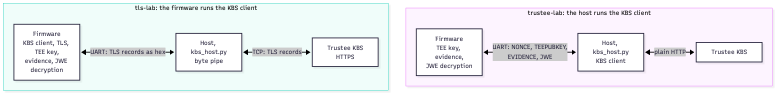
The Mermaid diagram assets/diagrams/client-move.png in bpradipt/blogs, before a commit. Its source is kept beside it as assets/diagrams/client-move.mmd. The source it was exported from:
```mermaid
flowchart TB
    subgraph old ["trustee-lab: the host runs the KBS client"]
        direction LR
        fw1["Firmware<br/>TEE key, evidence,<br/>JWE decryption"] <-->|"UART: NONCE, TEEPUBKEY,<br/>EVIDENCE, JWE"| h1["Host, kbs_host.py<br/>KBS client"]
        h1 <-->|"plain HTTP"| k1["Trustee KBS"]
    end
    subgraph new ["tls-lab: the firmware runs the KBS client"]
        direction LR
        fw2["Firmware<br/>KBS client, TLS, TEE key,<br/>evidence, JWE decryption"] <-->|"UART: TLS records as hex"| h2["Host, kbs_host.py<br/>byte pipe"]
        h2 <-->|"TCP: TLS records"| k2["Trustee KBS<br/>HTTPS"]
    end
```
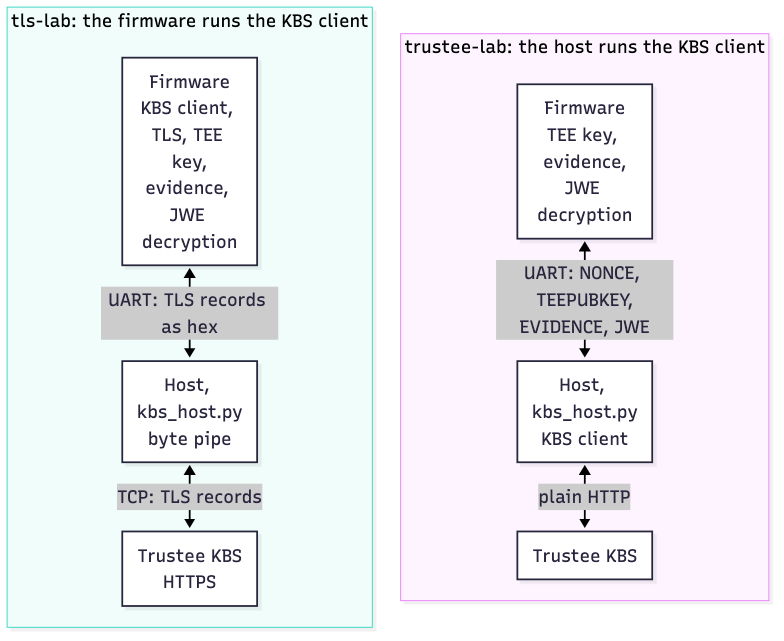
Above is the later version.

Commit message:
Enlarge TLS client-move diagram

Change to the diagram source:
```diff
@@ -1,11 +1,16 @@
+%%{init: {"themeVariables": {"fontSize": "20px"}}}%%
 flowchart TB
     subgraph old ["trustee-lab: the host runs the KBS client"]
-        direction LR
-        fw1["Firmware<br/>TEE key, evidence,<br/>JWE decryption"] <-->|"UART: NONCE, TEEPUBKEY,<br/>EVIDENCE, JWE"| h1["Host, kbs_host.py<br/>KBS client"]
-        h1 <-->|"plain HTTP"| k1["Trustee KBS"]
+        fw1["Firmware<br/>TEE key, evidence,<br/>JWE decryption"]
+        h1["Host, kbs_host.py<br/>KBS client"]
+        k1["Trustee KBS"]
+        fw1 <-->|"UART: NONCE, TEEPUBKEY,<br/>EVIDENCE, JWE"| h1
+        h1 <-->|"plain HTTP"| k1
     end
     subgraph new ["tls-lab: the firmware runs the KBS client"]
-        direction LR
-        fw2["Firmware<br/>KBS client, TLS, TEE key,<br/>evidence, JWE decryption"] <-->|"UART: TLS records as hex"| h2["Host, kbs_host.py<br/>byte pipe"]
-        h2 <-->|"TCP: TLS records"| k2["Trustee KBS<br/>HTTPS"]
+        fw2["Firmware<br/>KBS client, TLS, TEE key,<br/>evidence, JWE decryption"]
+        h2["Host, kbs_host.py<br/>byte pipe"]
+        k2["Trustee KBS<br/>HTTPS"]
+        fw2 <-->|"UART: TLS records as hex"| h2
+        h2 <-->|"TCP: TLS records"| k2
     end
```
